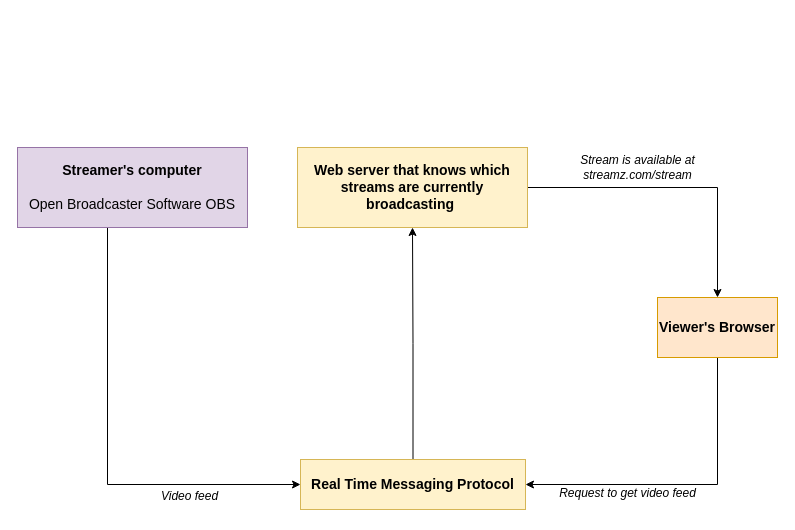
Earlier version of the draw.io diagram page "App flow" (1 of 2) of docs/AppFlow.drawio (Yokoso/redux_streamz). Source tidied: cells renumbered, new cells numbered last; positions are measured from the earlier drawing's top-left corner, leaving out a move shared by most shapes. Both pictures are drawn from the tidied source at 100%, with x=0, y=0 at pixel (17, 147).
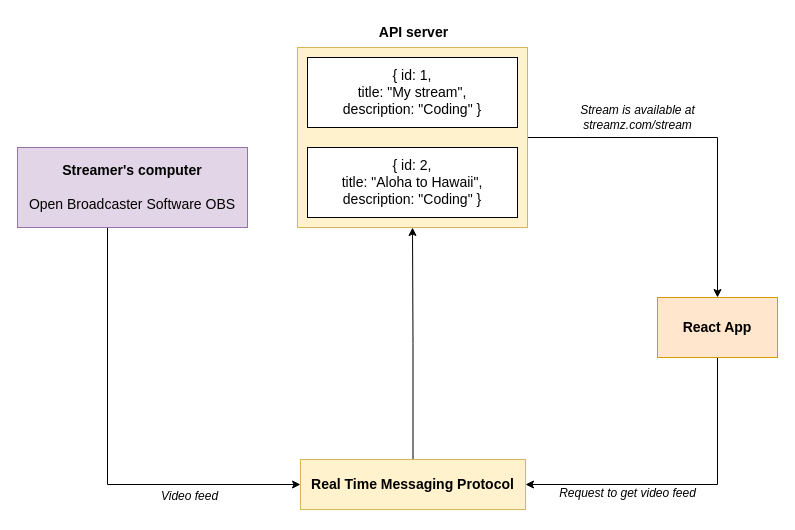
Above is the later version.

Diff of the diagram source:
```diff
@@
 <mxGraphModel>
   <root>
     <mxCell id="0" />
     <mxCell id="1" parent="0" />
     <mxCell id="2" style="edgeStyle=orthogonalEdgeStyle;rounded=0;jettySize=auto;html=1;entryX=0;entryY=0.5;entryDx=0;entryDy=0;fontSize=21;" parent="1" edge="1" source="3" target="5">
       <mxGeometry relative="1" as="geometry">
         <Array as="points">
           <mxPoint x="90" y="337" />
         </Array>
       </mxGeometry>
     </mxCell>
     <mxCell id="3" value="&lt;font style=&quot;font-size: 14px;&quot;&gt;&lt;b style=&quot;&quot;&gt;Streamer's computer&lt;br&gt;&lt;/b&gt;&lt;br&gt;&lt;font style=&quot;font-size: 14px;&quot;&gt;Open Broadcaster Software OBS&lt;/font&gt;&lt;/font&gt;" style="rounded=0;whiteSpace=wrap;html=1;fillColor=#e1d5e7;strokeColor=#9673a6;" parent="1" vertex="1">
       <mxGeometry width="230" height="80" as="geometry" />
     </mxCell>
     <mxCell id="4" style="edgeStyle=orthogonalEdgeStyle;rounded=0;jettySize=auto;html=1;entryX=0.5;entryY=1;entryDx=0;entryDy=0;fontSize=14;" parent="1" edge="1" source="5" target="8">
       <mxGeometry relative="1" as="geometry" />
     </mxCell>
     <mxCell id="5" value="&lt;font style=&quot;font-size: 14px;&quot;&gt;&lt;b&gt;Real Time Messaging Protocol&lt;/b&gt;&lt;/font&gt;" style="rounded=0;whiteSpace=wrap;html=1;fillColor=#fff2cc;strokeColor=#d6b656;" parent="1" vertex="1">
       <mxGeometry x="283" y="312" width="225" height="50" as="geometry" />
     </mxCell>
     <mxCell id="6" value="&lt;font style=&quot;font-size: 12px;&quot;&gt;Video feed&lt;/font&gt;" style="text;html=1;align=center;verticalAlign=middle;strokeColor=none;fillColor=none;fontSize=21;fontStyle=2;" parent="1" vertex="1">
       <mxGeometry x="132" y="325" width="80" height="40" as="geometry" />
     </mxCell>
     <mxCell id="7" style="edgeStyle=orthogonalEdgeStyle;rounded=0;jettySize=auto;html=1;fontSize=14;" parent="1" edge="1" source="8" target="10">
       <mxGeometry relative="1" as="geometry" />
     </mxCell>
-    <mxCell id="8" value="&lt;font style=&quot;font-size: 14px;&quot;&gt;&lt;b&gt;Web server that knows which streams are currently broadcasting&amp;nbsp;&lt;/b&gt;&lt;/font&gt;" style="rounded=0;whiteSpace=wrap;html=1;fillColor=#fff2cc;strokeColor=#d6b656;" parent="1" vertex="1">
-      <mxGeometry x="280" width="230" height="80" as="geometry" />
+    <mxCell id="8" style="rounded=0;whiteSpace=wrap;html=1;fillColor=#fff2cc;strokeColor=#d6b656;" parent="1" vertex="1">
+      <mxGeometry x="280" y="-100" width="230" height="180" as="geometry" />
     </mxCell>
     <mxCell id="9" style="edgeStyle=orthogonalEdgeStyle;rounded=0;jettySize=auto;html=1;entryX=1;entryY=0.5;entryDx=0;entryDy=0;fontSize=14;" parent="1" edge="1" source="10" target="5">
       <mxGeometry relative="1" as="geometry">
         <Array as="points">
           <mxPoint x="700" y="337" />
         </Array>
       </mxGeometry>
     </mxCell>
-    <mxCell id="10" value="&lt;font style=&quot;font-size: 14px;&quot;&gt;&lt;b&gt;Viewer's Browser&lt;/b&gt;&lt;/font&gt;" style="whiteSpace=wrap;html=1;rounded=0;fillColor=#ffe6cc;strokeColor=#d79b00;" parent="1" vertex="1">
+    <mxCell id="10" value="&lt;font style=&quot;font-size: 14px;&quot;&gt;&lt;b&gt;React App&lt;/b&gt;&lt;/font&gt;" style="whiteSpace=wrap;html=1;rounded=0;fillColor=#ffe6cc;strokeColor=#d79b00;" parent="1" vertex="1">
       <mxGeometry x="640" y="150" width="120" height="60" as="geometry" />
     </mxCell>
     <mxCell id="11" value="&lt;font style=&quot;font-size: 12px;&quot;&gt;Request to get video feed&lt;/font&gt;" style="text;html=1;align=center;verticalAlign=middle;strokeColor=none;fillColor=none;fontSize=14;fontStyle=2;" parent="1" vertex="1">
       <mxGeometry x="530" y="330" width="160" height="30" as="geometry" />
     </mxCell>
     <mxCell id="12" value="Stream is available at &lt;br&gt;streamz.com/stream" style="text;html=1;align=center;verticalAlign=middle;strokeColor=none;fillColor=none;fontSize=12;fontStyle=2;" parent="1" vertex="1">
-      <mxGeometry x="550" width="140" height="40" as="geometry" />
+      <mxGeometry x="550" y="-50" width="140" height="40" as="geometry" />
     </mxCell>
+    <mxCell id="13" value="&lt;font style=&quot;font-size: 14px;&quot;&gt;{ id: 1, &lt;br&gt;title: &quot;My stream&quot;, &lt;br&gt;description: &quot;Coding&quot; }&lt;/font&gt;" style="rounded=0;whiteSpace=wrap;html=1;" parent="1" vertex="1">
+      <mxGeometry x="290" y="-90" width="210" height="70" as="geometry" />
+    </mxCell>
+    <mxCell id="14" value="&lt;font style=&quot;font-size: 14px;&quot;&gt;{ id: 2, &lt;br&gt;title: &quot;Aloha to Hawaii&quot;, &lt;br&gt;description: &quot;Coding&quot; }&lt;/font&gt;" style="rounded=0;whiteSpace=wrap;html=1;" parent="1" vertex="1">
+      <mxGeometry x="290" width="210" height="70" as="geometry" />
+    </mxCell>
+    <mxCell id="15" value="&lt;b style=&quot;font-size: 14px;&quot;&gt;API server&lt;br&gt;&lt;/b&gt;" style="text;html=1;align=center;verticalAlign=middle;strokeColor=none;fillColor=none;" parent="1" vertex="1">
+      <mxGeometry x="350.5" y="-130" width="90" height="30" as="geometry" />
+    </mxCell>
   </root>
 </mxGraphModel>
```
